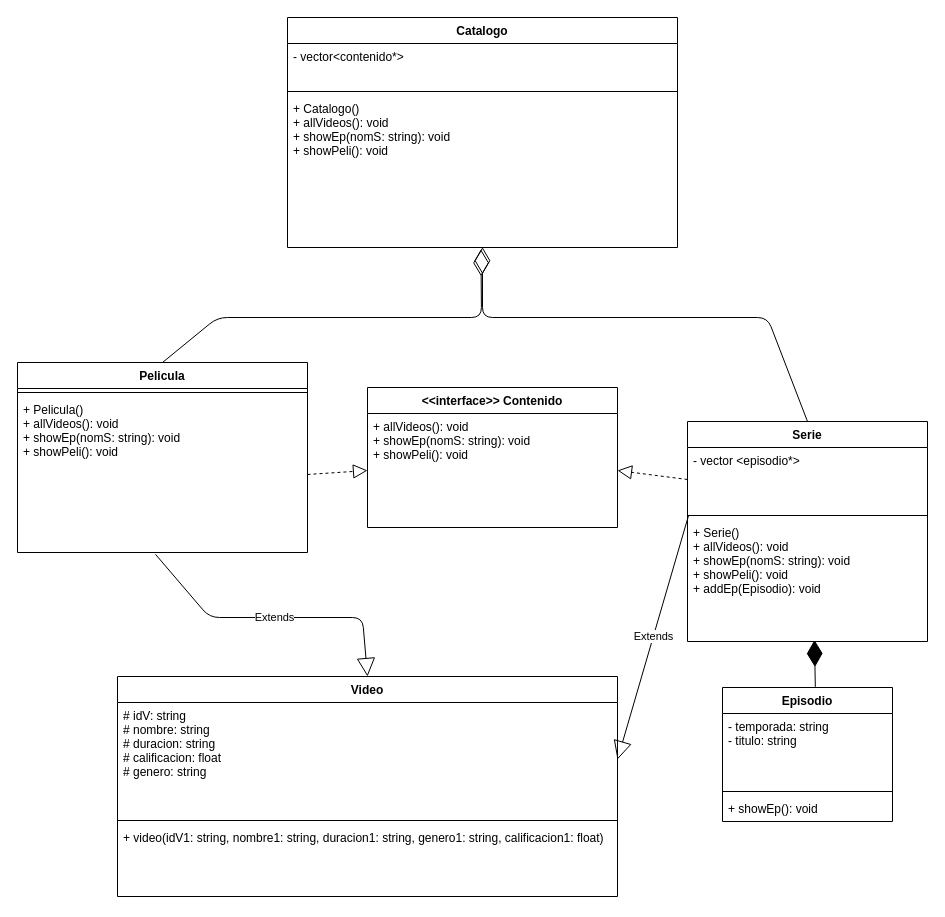
A01751101/Sicaria keeps this draw.io diagram as streaming 2.drawio. Above is the earlier version. Source tidied: cells renumbered, new cells numbered last; positions are measured from the earlier drawing's top-left corner, leaving out a move shared by most shapes. Both pictures are drawn from the tidied source at 100%, with x=0, y=0 at pixel (17, 17).
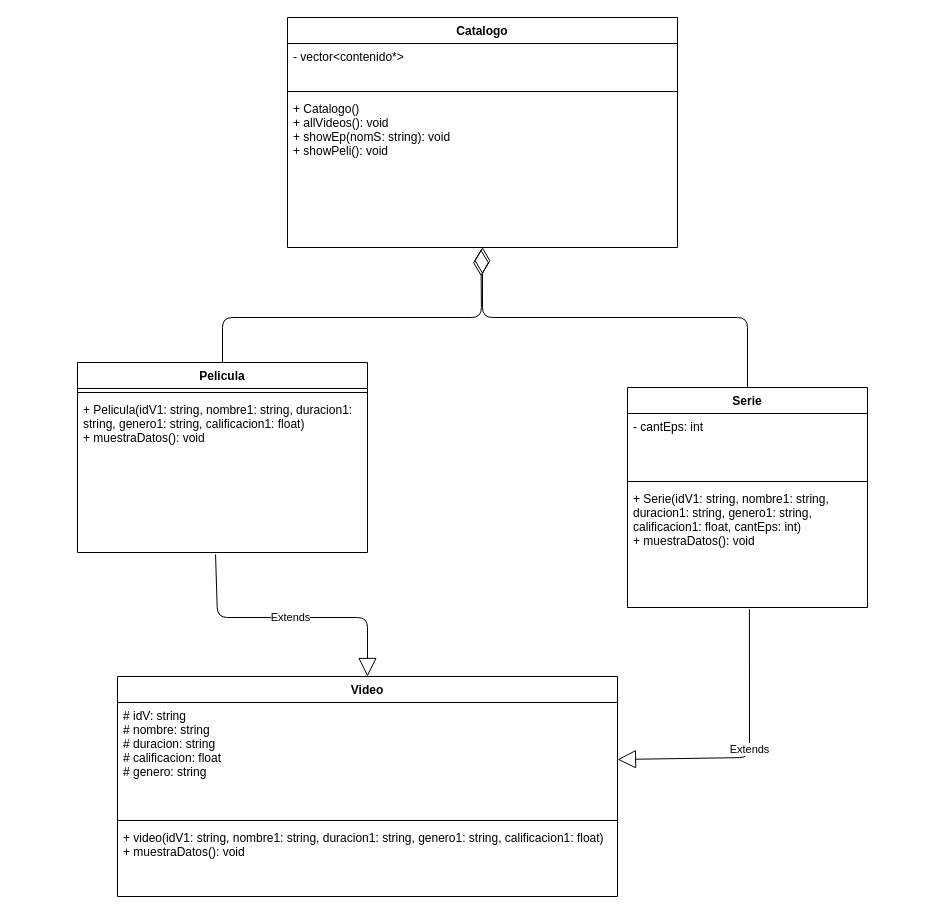
The same diagram, later.

The change refers to these unchanged cells:
```xml
<mxCell id="6" value="+ Catalogo()&#10;+ allVideos(): void&#10;+ showEp(nomS: string): void&#10;+ showPeli(): void" style="text;strokeColor=none;fillColor=none;align=left;verticalAlign=top;spacingLeft=4;spacingRight=4;overflow=hidden;points=[[0,0.5],[1,0.5]];portConstraint=eastwest;" parent="3" vertex="1">
  <mxGeometry y="78" width="390" height="152" as="geometry" />
</mxCell>
<mxCell id="14" style="line;strokeWidth=1;fillColor=none;align=left;verticalAlign=middle;spacingTop=-1;spacingLeft=3;spacingRight=3;labelPosition=right;points=[];portConstraint=eastwest;strokeColor=inherit;" parent="12" vertex="1">
  <mxGeometry y="90" width="240" height="8" as="geometry" />
</mxCell>
<mxCell id="20" value="Video" style="swimlane;fontStyle=1;align=center;verticalAlign=top;horizontal=1;startSize=26;" parent="1" vertex="1">
  <mxGeometry x="100" y="659" width="500" height="220" as="geometry" />
</mxCell>
<mxCell id="21" value="# idV: string&#10;# nombre: string&#10;# duracion: string&#10;# calificacion: float&#10;# genero: string" style="text;strokeColor=none;fillColor=none;align=left;verticalAlign=top;spacingLeft=4;spacingRight=4;overflow=hidden;points=[[0,0.5],[1,0.5]];portConstraint=eastwest;" parent="20" vertex="1">
  <mxGeometry y="26" width="500" height="114" as="geometry" />
</mxCell>
```

Change to the diagram source:
```diff
@@
-    <mxCell id="2" style="endArrow=diamondThin;endFill=1;endSize=24;html=1;entryX=0.529;entryY=0.988;entryDx=0;entryDy=0;entryPerimeter=0;exitX=0.546;exitY=-0.005;exitDx=0;exitDy=0;exitPerimeter=0;" parent="1" edge="1" source="16" target="15">
-      <mxGeometry relative="1" as="geometry" />
-    </mxCell>
@@
-    <mxCell id="7" value="&lt;&lt;interface&gt;&gt; Contenido" style="swimlane;fontStyle=1;align=center;verticalAlign=top;horizontal=1;startSize=26;" parent="1" vertex="1">
-      <mxGeometry x="350" y="370" width="250" height="140" as="geometry" />
-    </mxCell>
-    <mxCell id="8" value="+ allVideos(): void&#10;+ showEp(nomS: string): void&#10;+ showPeli(): void" style="text;strokeColor=none;fillColor=none;align=left;verticalAlign=top;spacingLeft=4;spacingRight=4;overflow=hidden;points=[[0,0.5],[1,0.5]];portConstraint=eastwest;" parent="7" vertex="1">
-      <mxGeometry y="26" width="250" height="114" as="geometry" />
-    </mxCell>
     <mxCell id="9" value="Pelicula" style="swimlane;fontStyle=1;align=center;verticalAlign=top;horizontal=1;startSize=26;" parent="1" vertex="1">
-      <mxGeometry y="345" width="290" height="190" as="geometry" />
+      <mxGeometry x="60" y="345" width="290" height="190" as="geometry" />
     </mxCell>
@@
-    <mxCell id="11" value="+ Pelicula()&#10;+ allVideos(): void&#10;+ showEp(nomS: string): void&#10;+ showPeli(): void" style="text;strokeColor=none;fillColor=none;align=left;verticalAlign=top;spacingLeft=4;spacingRight=4;overflow=hidden;points=[[0,0.5],[1,0.5]];portConstraint=eastwest;" parent="9" vertex="1">
+    <mxCell id="11" value="+ Pelicula(idV1: string, nombre1: string, duracion1: &#10;string, genero1: string, calificacion1: float)&#10;+ muestraDatos(): void" style="text;strokeColor=none;fillColor=none;align=left;verticalAlign=top;spacingLeft=4;spacingRight=4;overflow=hidden;points=[[0,0.5],[1,0.5]];portConstraint=eastwest;" parent="9" vertex="1">
       <mxGeometry y="34" width="290" height="156" as="geometry" />
     </mxCell>
     <mxCell id="12" value="Serie" style="swimlane;fontStyle=1;align=center;verticalAlign=top;horizontal=1;startSize=26;" parent="1" vertex="1">
-      <mxGeometry x="670" y="404" width="240" height="220" as="geometry" />
+      <mxGeometry x="610" y="370" width="240" height="220" as="geometry" />
     </mxCell>
-    <mxCell id="13" value="- vector &lt;episodio*&gt;" style="text;strokeColor=none;fillColor=none;align=left;verticalAlign=top;spacingLeft=4;spacingRight=4;overflow=hidden;points=[[0,0.5],[1,0.5]];portConstraint=eastwest;" parent="12" vertex="1">
+    <mxCell id="13" value="- cantEps: int" style="text;strokeColor=none;fillColor=none;align=left;verticalAlign=top;spacingLeft=4;spacingRight=4;overflow=hidden;points=[[0,0.5],[1,0.5]];portConstraint=eastwest;" parent="12" vertex="1">
       <mxGeometry y="26" width="240" height="64" as="geometry" />
     </mxCell>
@@
-    <mxCell id="15" value="+ Serie()&#10;+ allVideos(): void&#10;+ showEp(nomS: string): void&#10;+ showPeli(): void&#10;+ addEp(Episodio): void" style="text;strokeColor=none;fillColor=none;align=left;verticalAlign=top;spacingLeft=4;spacingRight=4;overflow=hidden;points=[[0,0.5],[1,0.5]];portConstraint=eastwest;" parent="12" vertex="1">
+    <mxCell id="15" value="+ Serie(idV1: string, nombre1: string, &#10;duracion1: string, genero1: string, &#10;calificacion1: float, cantEps: int)&#10;+ muestraDatos(): void" style="text;strokeColor=none;fillColor=none;align=left;verticalAlign=top;spacingLeft=4;spacingRight=4;overflow=hidden;points=[[0,0.5],[1,0.5]];portConstraint=eastwest;" parent="12" vertex="1">
       <mxGeometry y="98" width="240" height="122" as="geometry" />
     </mxCell>
-    <mxCell id="16" value="Episodio" style="swimlane;fontStyle=1;align=center;verticalAlign=top;horizontal=1;startSize=26;" parent="1" vertex="1">
-      <mxGeometry x="705" y="670" width="170" height="134" as="geometry" />
-    </mxCell>
-    <mxCell id="17" value="- temporada: string&#10;- titulo: string" style="text;strokeColor=none;fillColor=none;align=left;verticalAlign=top;spacingLeft=4;spacingRight=4;overflow=hidden;" parent="16" vertex="1">
-      <mxGeometry y="26" width="170" height="74" as="geometry" />
-    </mxCell>
-    <mxCell id="18" style="line;strokeWidth=1;fillColor=none;align=left;verticalAlign=middle;spacingTop=-1;spacingLeft=3;spacingRight=3;labelPosition=right;strokeColor=inherit;" parent="16" vertex="1">
-      <mxGeometry y="100" width="170" height="8" as="geometry" />
-    </mxCell>
-    <mxCell id="19" value="+ showEp(): void" style="text;strokeColor=none;fillColor=none;align=left;verticalAlign=top;spacingLeft=4;spacingRight=4;overflow=hidden;" parent="16" vertex="1">
-      <mxGeometry y="108" width="170" height="26" as="geometry" />
-    </mxCell>
@@
-    <mxCell id="23" value="+ video(idV1: string, nombre1: string, duracion1: string, genero1: string, calificacion1: float)" style="text;strokeColor=none;fillColor=none;align=left;verticalAlign=top;spacingLeft=4;spacingRight=4;overflow=hidden;" parent="20" vertex="1">
+    <mxCell id="23" value="+ video(idV1: string, nombre1: string, duracion1: string, genero1: string, calificacion1: float)&#10;+ muestraDatos(): void" style="text;strokeColor=none;fillColor=none;align=left;verticalAlign=top;spacingLeft=4;spacingRight=4;overflow=hidden;" parent="20" vertex="1">
       <mxGeometry y="148" width="500" height="72" as="geometry" />
     </mxCell>
-    <mxCell id="24" value="Extends" style="endArrow=block;endSize=16;endFill=0;html=1;entryX=1;entryY=0.5;entryDx=0;entryDy=0;exitX=0.005;exitY=0.438;exitDx=0;exitDy=0;exitPerimeter=0;" parent="1" edge="1" source="14" target="21">
-      <mxGeometry relative="1" as="geometry" />
+    <mxCell id="24" value="Extends" style="endArrow=block;endSize=16;endFill=0;html=1;entryX=1;entryY=0.5;entryDx=0;entryDy=0;exitX=0.508;exitY=1.014;exitDx=0;exitDy=0;exitPerimeter=0;" parent="1" edge="1" source="15" target="21">
+      <mxGeometry relative="1" as="geometry">
+        <Array as="points">
+          <mxPoint x="732" y="740" />
+        </Array>
+      </mxGeometry>
     </mxCell>
     <mxCell id="25" value="Extends" style="endArrow=block;endSize=16;endFill=0;html=1;entryX=0.5;entryY=0;entryDx=0;entryDy=0;exitX=0.476;exitY=1.012;exitDx=0;exitDy=0;exitPerimeter=0;" parent="1" edge="1" source="11" target="20">
       <mxGeometry relative="1" as="geometry">
         <Array as="points">
-          <mxPoint x="192" y="600" />
-          <mxPoint x="345" y="600" />
+          <mxPoint x="200" y="600" />
+          <mxPoint x="350" y="600" />
         </Array>
       </mxGeometry>
     </mxCell>
-    <mxCell id="26" style="endArrow=block;dashed=1;endFill=0;endSize=12;html=1;exitX=1;exitY=0.5;exitDx=0;exitDy=0;entryX=0;entryY=0.5;entryDx=0;entryDy=0;" parent="1" edge="1" source="11" target="8">
-      <mxGeometry relative="1" as="geometry" />
-    </mxCell>
-    <mxCell id="27" style="endArrow=block;dashed=1;endFill=0;endSize=12;html=1;exitX=0;exitY=0.5;exitDx=0;exitDy=0;entryX=1;entryY=0.5;entryDx=0;entryDy=0;" parent="1" edge="1" source="13" target="8">
-      <mxGeometry relative="1" as="geometry" />
-    </mxCell>
     <mxCell id="28" style="endArrow=diamondThin;endFill=0;endSize=24;html=1;exitX=0.5;exitY=0;exitDx=0;exitDy=0;entryX=0.496;entryY=1.012;entryDx=0;entryDy=0;entryPerimeter=0;" parent="1" edge="1" source="9" target="6">
       <mxGeometry relative="1" as="geometry">
         <Array as="points">
-          <mxPoint x="200" y="300" />
+          <mxPoint x="205" y="300" />
           <mxPoint x="464" y="300" />
         </Array>
       </mxGeometry>
     </mxCell>
     <mxCell id="29" style="endArrow=diamondThin;endFill=0;endSize=24;html=1;exitX=0.5;exitY=0;exitDx=0;exitDy=0;entryX=0.5;entryY=0.998;entryDx=0;entryDy=0;entryPerimeter=0;" parent="1" edge="1" source="12" target="6">
       <mxGeometry relative="1" as="geometry">
         <Array as="points">
-          <mxPoint x="750" y="300" />
+          <mxPoint x="730" y="300" />
           <mxPoint x="465" y="300" />
         </Array>
       </mxGeometry>
     </mxCell>
```
